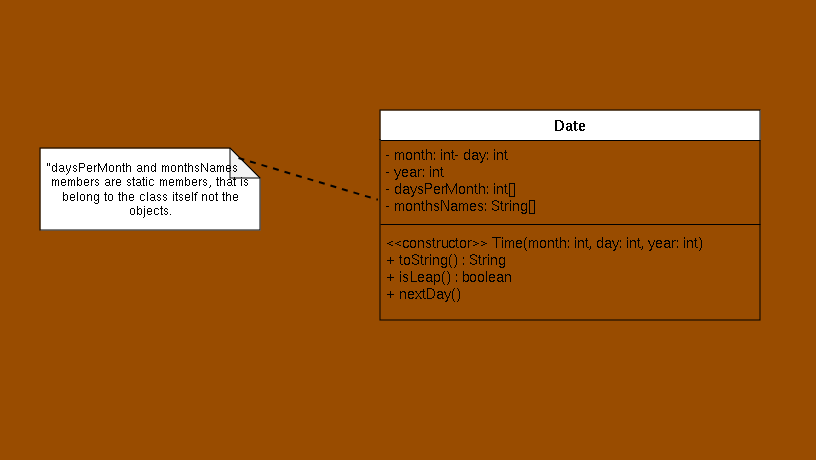
Above: Book/Exercises/Chapter08/Ex08/class-diagram.png in Alsayed-Aldkhakhni/Java (draw.io), before the change. Source tidied: cells renumbered, new cells last; positions are measured from the earlier drawing's top-left corner, leaving out a move shared by most shapes. The source it was exported from:
```xml
<mxGraphModel background="#994C00">
  <root>
    <mxCell id="0" />
    <mxCell id="1" parent="0" />
    <mxCell id="2" value="Date" style="swimlane;fontStyle=1;align=center;verticalAlign=top;horizontal=1;startSize=30;rounded=0;shadow=0;strokeWidth=1;fontSize=15;gradientColor=none;swimlaneFillColor=#994C00;" parent="1" vertex="1">
      <mxGeometry x="380" y="110" width="380" height="210" as="geometry" />
    </mxCell>
    <mxCell id="3" value="- month: int- day: int&#10;- year: int&#10;- daysPerMonth: int[]&#10;- monthsNames: String[]&#10;" style="text;align=left;verticalAlign=top;spacingLeft=4;spacingRight=4;overflow=hidden;points=[[0,0.5],[1,0.5]];portConstraint=eastwest;fontSize=14;" parent="2" vertex="1">
      <mxGeometry y="30" width="380" height="80" as="geometry" />
    </mxCell>
    <mxCell id="4" style="line;html=1;strokeWidth=1;align=left;verticalAlign=middle;spacingTop=-1;spacingLeft=3;spacingRight=3;labelPosition=right;" parent="2" vertex="1">
      <mxGeometry y="110" width="380" height="8" as="geometry" />
    </mxCell>
    <mxCell id="5" value="&lt;&lt;constructor&gt;&gt; Time(month: int, day: int, year: int)&#10;+ toString() : String&#10;+ isLeap() : boolean&#10;+ nextDay()&#10;&#10;" style="text;align=left;verticalAlign=top;spacingLeft=4;spacingRight=4;overflow=hidden;fontSize=14;" parent="2" vertex="1">
      <mxGeometry y="118" width="380" height="92" as="geometry" />
    </mxCell>
    <mxCell id="6" value="&amp;nbsp;" style="text;html=1;align=center;verticalAlign=middle;strokeColor=none;fillColor=none;" parent="1" vertex="1">
      <mxGeometry x="386" width="30" height="30" as="geometry" />
    </mxCell>
    <mxCell id="7" value="&amp;nbsp;" style="text;html=1;align=center;verticalAlign=middle;strokeColor=none;fillColor=none;" parent="1" vertex="1">
      <mxGeometry x="400" y="430" width="30" height="30" as="geometry" />
    </mxCell>
    <mxCell id="8" value="&quot;daysPerMonth and monthsNames&amp;nbsp;&amp;nbsp;&amp;nbsp;&amp;nbsp; members are static members, that is belong to the class itself not the objects." style="shape=note;whiteSpace=wrap;html=1;backgroundOutline=1;darkOpacity=0.05;" parent="1" vertex="1">
      <mxGeometry x="40" y="148" width="220" height="82" as="geometry" />
    </mxCell>
    <mxCell id="9" style="endArrow=none;dashed=1;html=1;rounded=0;entryX=-0.007;entryY=0.74;entryDx=0;entryDy=0;entryPerimeter=0;exitX=0.9;exitY=0.116;exitDx=0;exitDy=0;exitPerimeter=0;strokeWidth=2;" parent="1" edge="1" source="8" target="3">
      <mxGeometry relative="1" as="geometry" />
    </mxCell>
    <mxCell id="10" value="&amp;nbsp;" style="text;html=1;align=center;verticalAlign=middle;strokeColor=none;fillColor=none;" parent="1" vertex="1">
      <mxGeometry x="786" y="158" width="30" height="30" as="geometry" />
    </mxCell>
    <mxCell id="11" value="&amp;nbsp;" style="text;html=1;align=center;verticalAlign=middle;strokeColor=none;fillColor=none;" parent="1" vertex="1">
      <mxGeometry y="158" width="30" height="30" as="geometry" />
    </mxCell>
  </root>
</mxGraphModel>
```
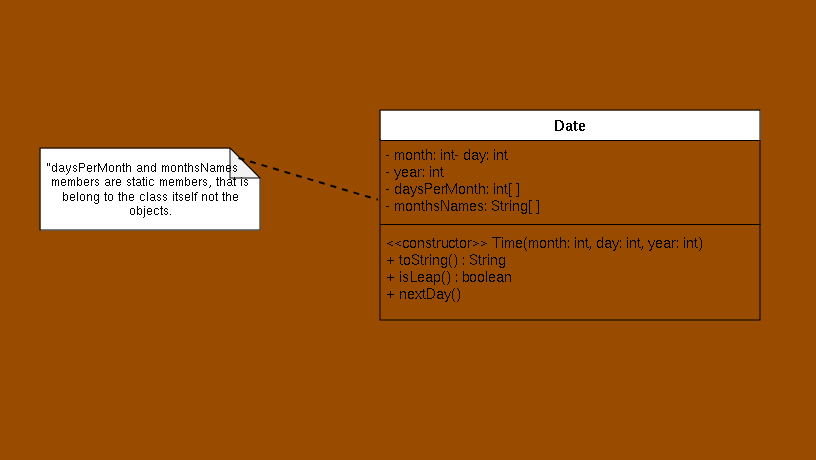
After the commit.

Commit message:
Date class diagram.

What changed in the source:
```diff
@@ -5,7 +5,7 @@
     <mxCell id="2" value="Date" style="swimlane;fontStyle=1;align=center;verticalAlign=top;horizontal=1;startSize=30;rounded=0;shadow=0;strokeWidth=1;fontSize=15;gradientColor=none;swimlaneFillColor=#994C00;" parent="1" vertex="1">
       <mxGeometry x="380" y="110" width="380" height="210" as="geometry" />
     </mxCell>
-    <mxCell id="3" value="- month: int- day: int&#10;- year: int&#10;- daysPerMonth: int[]&#10;- monthsNames: String[]&#10;" style="text;align=left;verticalAlign=top;spacingLeft=4;spacingRight=4;overflow=hidden;points=[[0,0.5],[1,0.5]];portConstraint=eastwest;fontSize=14;" parent="2" vertex="1">
+    <mxCell id="3" value="- month: int- day: int&#10;- year: int&#10;- daysPerMonth: int[ ]&#10;- monthsNames: String[ ]&#10;" style="text;align=left;verticalAlign=top;spacingLeft=4;spacingRight=4;overflow=hidden;points=[[0,0.5],[1,0.5]];portConstraint=eastwest;fontSize=14;" parent="2" vertex="1">
       <mxGeometry y="30" width="380" height="80" as="geometry" />
     </mxCell>
     <mxCell id="4" style="line;html=1;strokeWidth=1;align=left;verticalAlign=middle;spacingTop=-1;spacingLeft=3;spacingRight=3;labelPosition=right;" parent="2" vertex="1">
```
